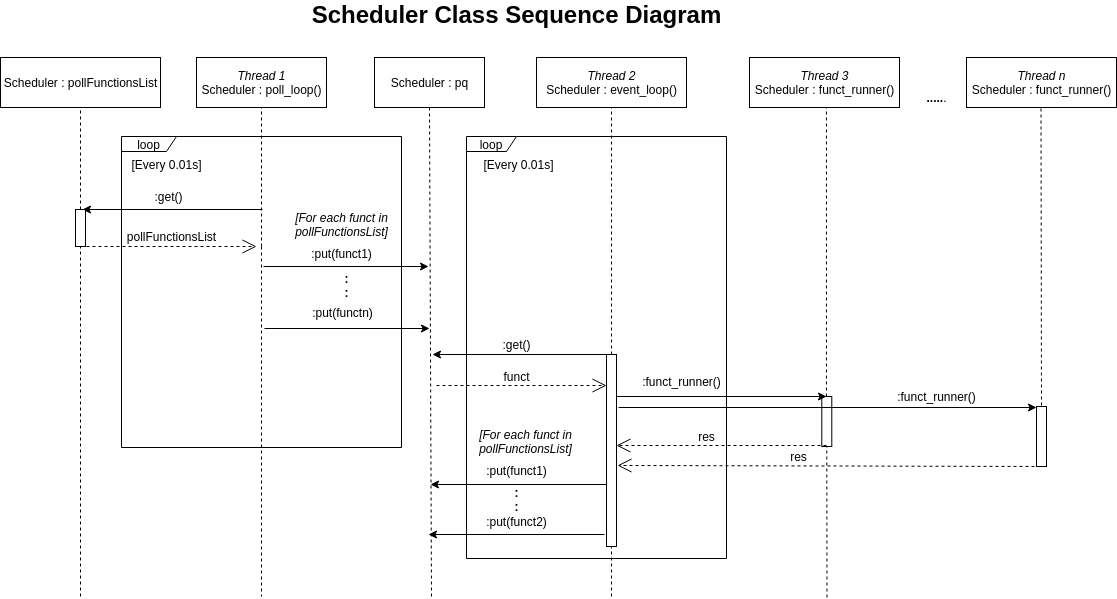
Earlier version of the draw.io export images/scheduler_sequence_diagram.png (Uvic-Robotics-Club/Scheduler). Source tidied: cells renumbered, new cells last; positions are measured from the earlier drawing's top-left corner, leaving out a move shared by most shapes.
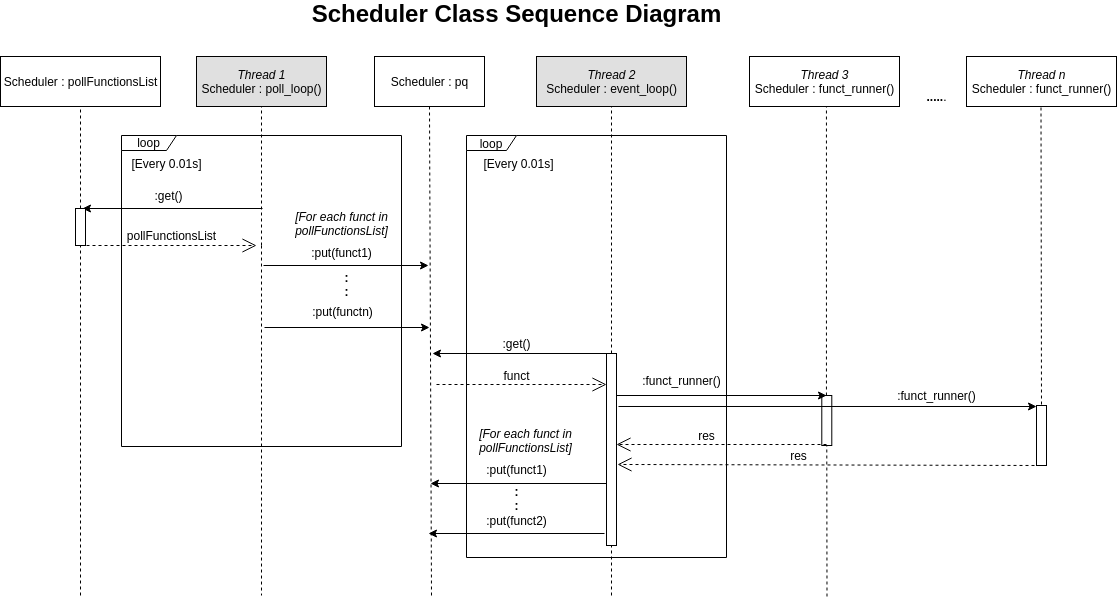
After the commit.

The edit, as a diff of the source:
```diff
@@ -11,10 +11,10 @@
     <mxCell id="4" value="loop" style="shape=umlFrame;whiteSpace=wrap;html=1;width=55;height=15;" parent="1" vertex="1">
       <mxGeometry x="121" y="132" width="280" height="311" as="geometry" />
     </mxCell>
-    <mxCell id="5" value="&lt;i&gt;Thread 1&lt;/i&gt;&lt;br&gt;Scheduler : poll_loop()" style="html=1;" parent="1" vertex="1">
+    <mxCell id="5" value="&lt;i&gt;Thread 1&lt;/i&gt;&lt;br&gt;Scheduler : poll_loop()" style="html=1;fillColor=#E0E0E0;" parent="1" vertex="1">
       <mxGeometry x="196" y="53" width="130" height="50" as="geometry" />
     </mxCell>
-    <mxCell id="6" value="&lt;i&gt;Thread 2&lt;/i&gt;&lt;br&gt;Scheduler : event_loop()" style="html=1;" parent="1" vertex="1">
+    <mxCell id="6" value="&lt;i&gt;Thread 2&lt;/i&gt;&lt;br&gt;Scheduler : event_loop()" style="html=1;fillColor=#E0E0E0;" parent="1" vertex="1">
       <mxGeometry x="536" y="53" width="150" height="50" as="geometry" />
     </mxCell>
     <mxCell id="7" style="endArrow=none;dashed=1;html=1;entryX=0.5;entryY=1;entryDx=0;entryDy=0;" parent="1" edge="1" target="5">
```
